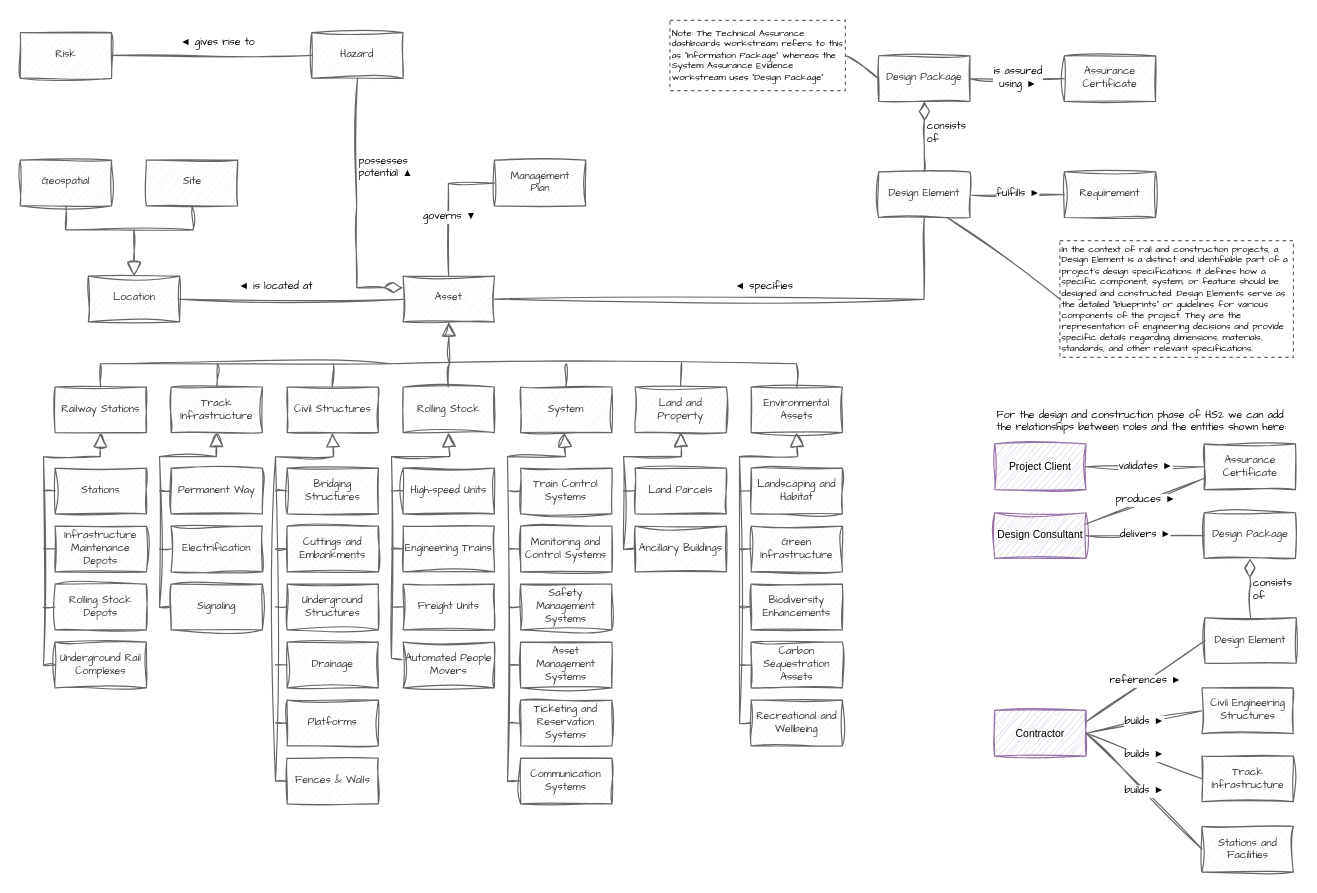
This is page "CDM - Asset Subject Area" (4 of 13) of Orbus Designs.drawio from martinlt/reference, a draw.io file, before an edit. Source tidied: cells renumbered, new cells numbered last; positions are measured from the earlier drawing's top-left corner, leaving out a move shared by most shapes. Both pictures are drawn from the tidied source at 116%, with x=0, y=0 at pixel (20, 20).
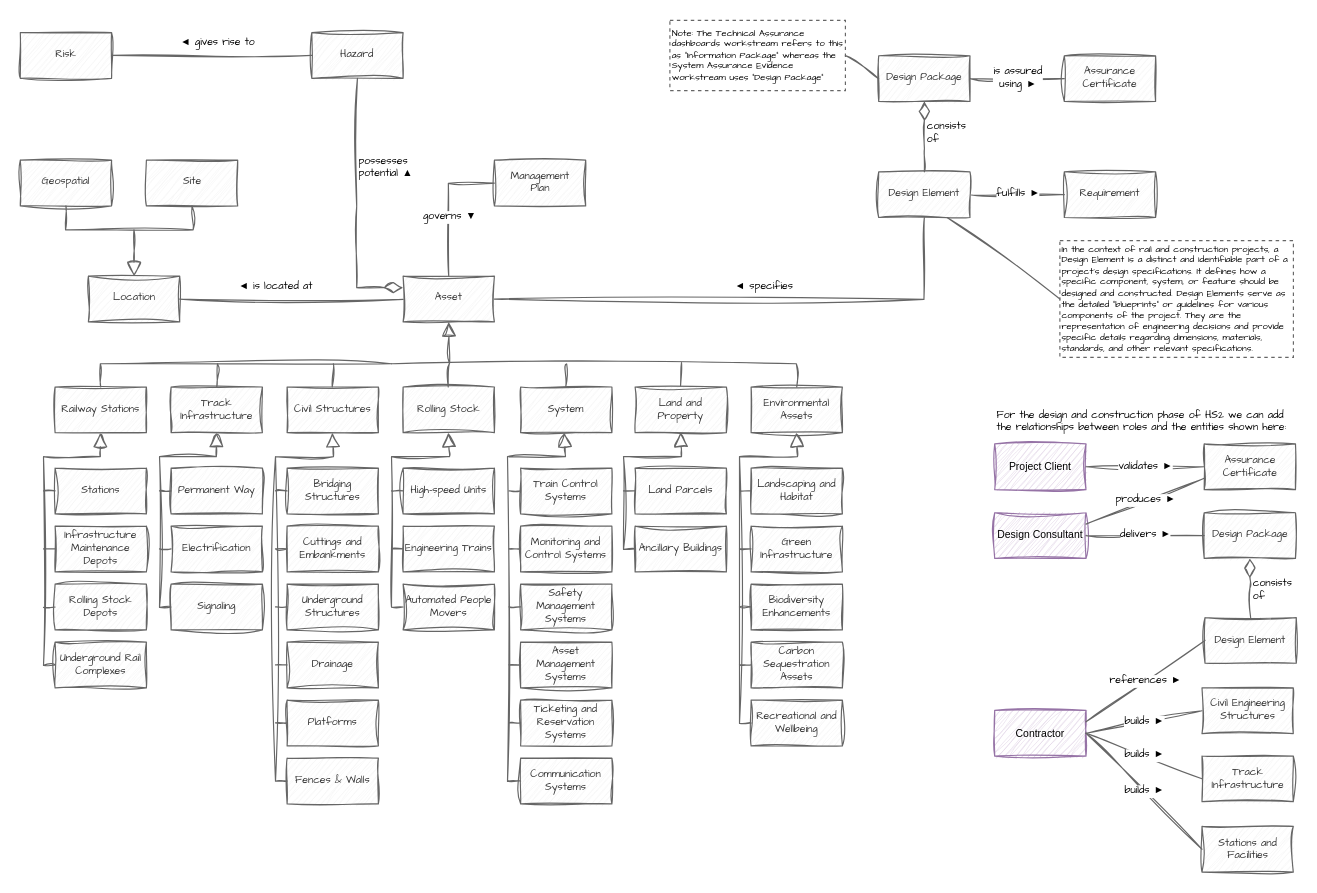
The same diagram, later.

Change to the diagram source:
```diff
@@
-    <mxCell id="25" value="Freight Units" style="html=1;whiteSpace=wrap;sketch=1;hachureGap=4;jiggle=2;curveFitting=1;fontFamily=Architects Daughter;fontSize=9;fillColor=#f5f5f5;strokeColor=#666666;fontColor=#333333;" parent="1" vertex="1">
-      <mxGeometry x="330" y="486.1" width="78.7" height="39.4" as="geometry" />
-    </mxCell>
@@
-    <mxCell id="36" style="endArrow=block;endSize=10;endFill=0;html=1;rounded=0;fontSize=9;labelBackgroundColor=none;strokeColor=#666666;fontColor=default;entryX=0.5;entryY=1;entryDx=0;entryDy=0;sketch=1;curveFitting=1;jiggle=2;exitX=-0.013;exitY=0.381;exitDx=0;exitDy=0;fillColor=#f5f5f5;exitPerimeter=0;" parent="1" edge="1" source="118">
+    <mxCell id="36" style="endArrow=block;endSize=10;endFill=0;html=1;rounded=0;fontSize=9;labelBackgroundColor=none;strokeColor=#666666;fontColor=default;entryX=0.5;entryY=1;entryDx=0;entryDy=0;sketch=1;curveFitting=1;jiggle=2;exitX=0;exitY=0.5;exitDx=0;exitDy=0;fillColor=#f5f5f5;" parent="1" edge="1" source="118">
       <mxGeometry relative="1" as="geometry">
         <mxPoint x="369" y="355.5" as="targetPoint" />
         <Array as="points">
-          <mxPoint x="320" y="550" />
+          <mxPoint x="320" y="506" />
           <mxPoint x="320" y="376.1" />
           <mxPoint x="370" y="376.1" />
         </Array>
       </mxGeometry>
     </mxCell>
@@
     <mxCell id="118" value="Automated People Movers" style="html=1;whiteSpace=wrap;sketch=1;hachureGap=4;jiggle=2;curveFitting=1;fontFamily=Architects Daughter;fontSize=9;fillColor=#f5f5f5;strokeColor=#666666;fontColor=#333333;" parent="1" vertex="1">
-      <mxGeometry x="330" y="536.1" width="78.7" height="39.4" as="geometry" />
+      <mxGeometry x="330" y="486.1" width="78.7" height="39.4" as="geometry" />
     </mxCell>
-    <mxCell id="119" style="endArrow=none;endSize=10;endFill=0;html=1;rounded=0;fontSize=9;labelBackgroundColor=none;strokeColor=#666666;fontColor=default;sketch=1;curveFitting=1;jiggle=2;entryX=0;entryY=0.5;entryDx=0;entryDy=0;fillColor=#f5f5f5;" parent="1" edge="1">
-      <mxGeometry relative="1" as="geometry">
-        <mxPoint x="320" y="505.7" as="sourcePoint" />
-        <mxPoint x="330" y="505.7" as="targetPoint" />
-      </mxGeometry>
-    </mxCell>
```
